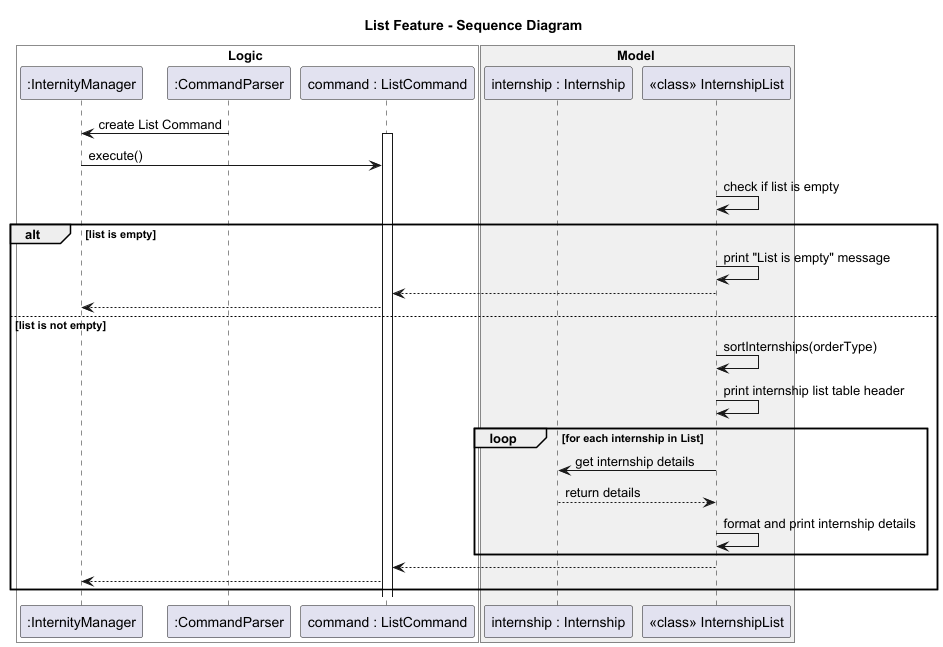
This is docs/diagrams/ListCommandSD.png from BenyAlbatross/tp, a PlantUML export, as it was before one commit.
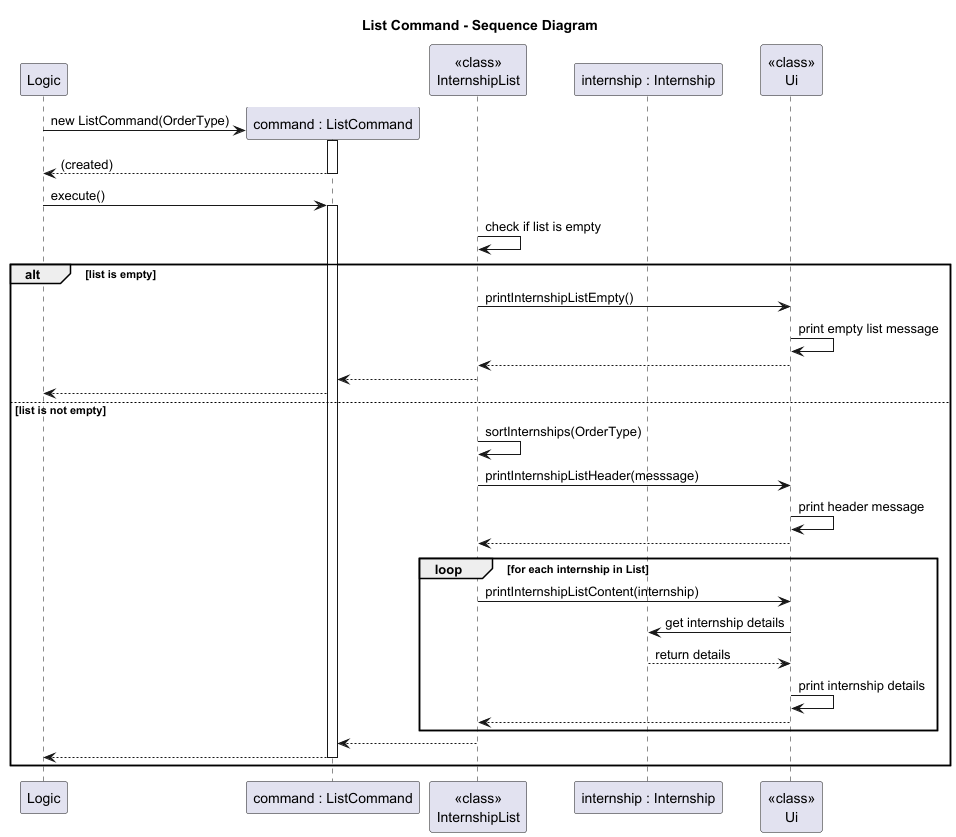
Later version of the same file.

Change to the diagram source:
```diff
@@ -1,36 +1,46 @@
 @startuml ModelComponentSD
-title List Feature - Sequence Diagram
+!include Style.puml
+title List Command - Sequence Diagram
 
-box Logic #FFFFFF
-participant ":InternityManager" as Manager
-participant ":CommandParser" as Parser
+participant "Logic" as Logic
 participant "command : ListCommand" as Command
-end box
 
-box Model #F0F0F0
+participant "<<class>>\nInternshipList" as Model
 participant "internship : Internship" as internship
-participant "<<class>> InternshipList" as Model
-end box
 
-Parser -> Manager : create List Command
+participant "<<class>>\nUi" as Ui
+
+create Command
+Logic -> Command : new ListCommand(OrderType)
 activate Command
-Manager -> Command : execute()
+Command --> Logic : (created)
+deactivate Command
 
+Logic -> Command : execute()
+activate Command
 Model -> Model : check if list is empty
 alt list is empty
-    Model -> Model : print "List is empty" message
+    Model -> Ui : printInternshipListEmpty()
+    Ui -> Ui : print empty list message
+    Ui --> Model
     Model --> Command
-    Command --> Manager
+    Command --> Logic
 else list is not empty
-    Model -> Model : sortInternships(orderType)
-    Model -> Model : print internship list table header
+    Model -> Model : sortInternships(OrderType)
+    Model -> Ui : printInternshipListHeader(messsage)
+    Ui -> Ui : print header message
+    Ui --> Model
     loop for each internship in List
-        Model -> internship : get internship details
-        internship --> Model : return details
-        Model -> Model : format and print internship details
+
+        Model -> Ui : printInternshipListContent(internship)
+        Ui -> internship : get internship details
+        internship --> Ui : return details
+        Ui -> Ui : print internship details
+        Ui --> Model
     end
     Model --> Command
-    Command --> Manager
+    Command --> Logic
+    deactivate Command
 end
 
 @enduml
```
